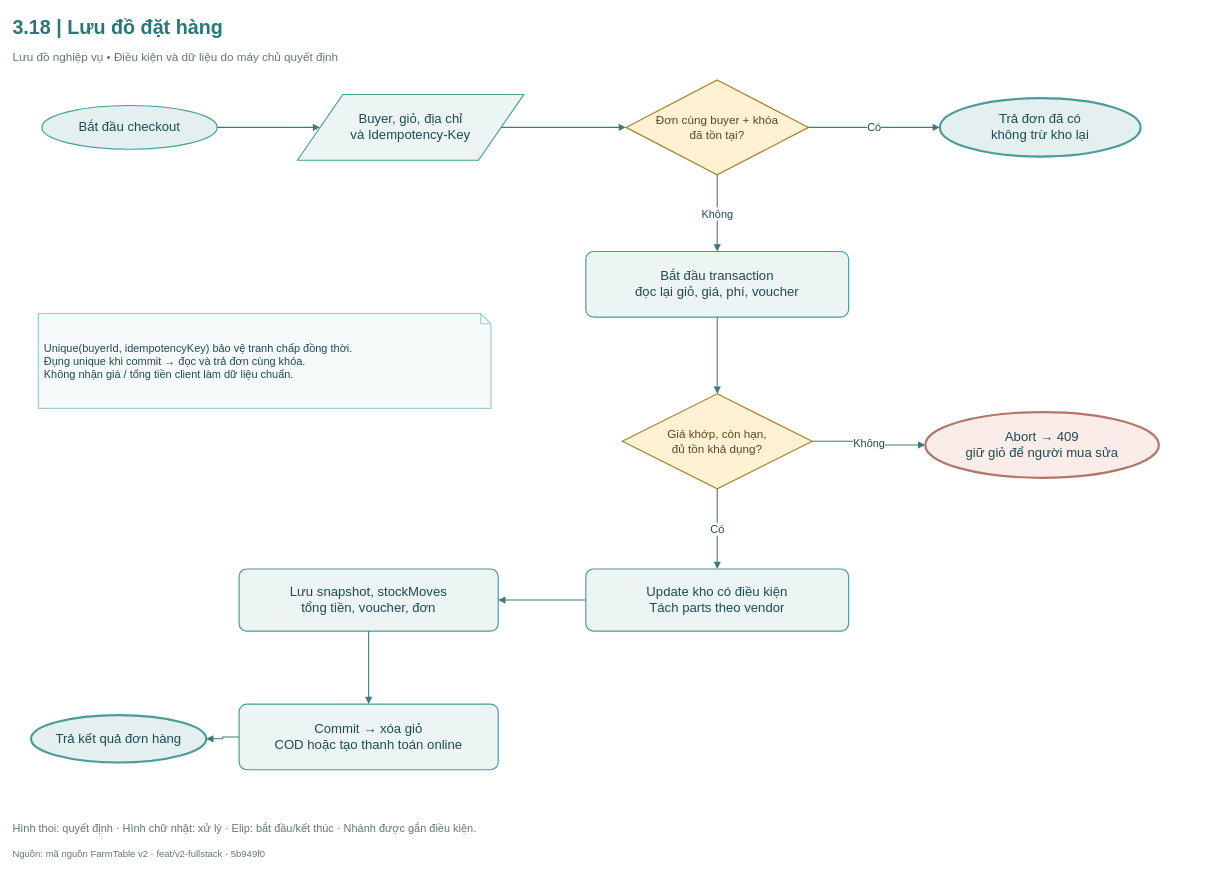
Above: FarmTable_Chuong3/So_do_BA/drawio/Hinh_3_18.drawio in hathu1272006-eng/PTWnangcao (draw.io), before the change. Source tidied: cells renumbered, new cells numbered last; positions are measured from the earlier drawing's top-left corner, leaving out a move shared by most shapes. Both pictures are drawn from the tidied source at 73%, with x=0, y=0 at pixel (12, 12).
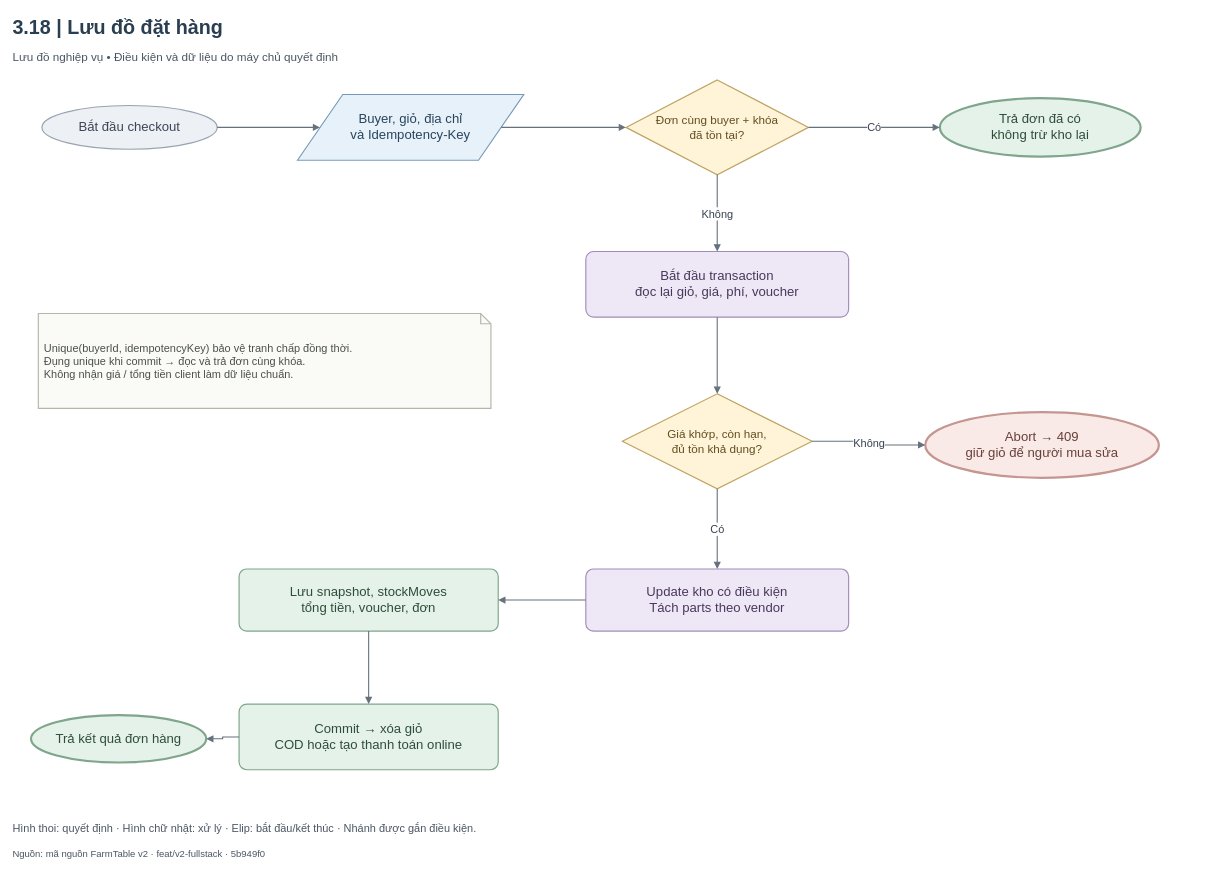
Above is the later version.

The edit, as a diff of the source:
```diff
@@
-    <mxCell id="2" value="3.18  |  Lưu đồ đặt hàng" style="html=1;whiteSpace=wrap;fontFamily=Arial;fontSize=18;strokeColor=#245C47;strokeWidth=1.6;fillColor=#FFFFFF;spacing=8;text;strokeColor=none;fillColor=none;align=left;verticalAlign=middle;fontSize=27;fontStyle=1;spacing=0;fontColor=#277879;" parent="1" vertex="1">
+    <mxCell id="2" value="3.18  |  Lưu đồ đặt hàng" style="html=1;whiteSpace=wrap;fontFamily=Arial;fontSize=18;strokeColor=#245C47;strokeWidth=1.6;fillColor=#FFFFFF;spacing=8;text;strokeColor=none;fillColor=none;align=left;verticalAlign=middle;fontSize=27;fontStyle=1;spacing=0;fontColor=#293E50;" parent="1" vertex="1">
       <mxGeometry width="1640" height="40" as="geometry" />
     </mxCell>
-    <mxCell id="3" value="Lưu đồ nghiệp vụ  •  Điều kiện và dữ liệu do máy chủ quyết định" style="html=1;whiteSpace=wrap;fontFamily=Arial;fontSize=18;fontColor=#243B32;strokeColor=#245C47;strokeWidth=1.6;fillColor=#FFFFFF;spacing=8;text;strokeColor=none;fillColor=none;align=left;verticalAlign=middle;fontSize=16;fontStyle=0;fontColor=#64776E;spacing=0;" parent="1" vertex="1">
+    <mxCell id="3" value="Lưu đồ nghiệp vụ  •  Điều kiện và dữ liệu do máy chủ quyết định" style="html=1;whiteSpace=wrap;fontFamily=Arial;fontSize=18;strokeColor=#245C47;strokeWidth=1.6;fillColor=#FFFFFF;spacing=8;text;strokeColor=none;fillColor=none;align=left;verticalAlign=middle;fontSize=16;fontStyle=0;spacing=0;fontColor=#4A5563;" parent="1" vertex="1">
       <mxGeometry y="47" width="1640" height="28" as="geometry" />
     </mxCell>
-    <mxCell id="4" value="Bắt đầu checkout" style="html=1;whiteSpace=wrap;fontFamily=Arial;fontSize=18;strokeWidth=1.6;spacing=8;ellipse;fillColor=#E4F0F0;strokeColor=#4A9B99;fontColor=#1F4B51;" parent="1" vertex="1">
+    <mxCell id="4" value="Bắt đầu checkout" style="html=1;whiteSpace=wrap;fontFamily=Arial;fontSize=18;strokeWidth=1.6;spacing=8;ellipse;fillColor=#EDF0F4;strokeColor=#98A3B1;fontColor=#3B4655;" parent="1" vertex="1">
       <mxGeometry x="40" y="127" width="240" height="60" as="geometry" />
     </mxCell>
-    <mxCell id="5" value="Buyer, giỏ, địa chỉ&lt;br/&gt;và Idempotency-Key" style="html=1;whiteSpace=wrap;fontFamily=Arial;fontSize=18;strokeWidth=1.6;spacing=8;shape=parallelogram;perimeter=parallelogramPerimeter;fillColor=#ECF5F4;strokeColor=#4A9B99;fontColor=#1F4B51;" parent="1" vertex="1">
+    <mxCell id="5" value="Buyer, giỏ, địa chỉ&lt;br/&gt;và Idempotency-Key" style="html=1;whiteSpace=wrap;fontFamily=Arial;fontSize=18;strokeWidth=1.6;spacing=8;shape=parallelogram;perimeter=parallelogramPerimeter;fillColor=#E7F1FA;strokeColor=#789AB8;fontColor=#29445A;" parent="1" vertex="1">
       <mxGeometry x="390" y="112" width="310" height="90" as="geometry" />
     </mxCell>
-    <mxCell id="6" value="Đơn cùng buyer + khóa&lt;br/&gt;đã tồn tại?" style="html=1;whiteSpace=wrap;fontFamily=Arial;fontSize=18;strokeWidth=1.6;spacing=8;rhombus;fontSize=16;spacing=3;fillColor=#FFF1D4;strokeColor=#AD812A;fontColor=#5F481B;" parent="1" vertex="1">
+    <mxCell id="6" value="Đơn cùng buyer + khóa&lt;br/&gt;đã tồn tại?" style="html=1;whiteSpace=wrap;fontFamily=Arial;fontSize=18;strokeWidth=1.6;spacing=8;rhombus;fontSize=16;spacing=3;fillColor=#FFF4D8;strokeColor=#BEA363;fontColor=#624E22;" parent="1" vertex="1">
       <mxGeometry x="840" y="92" width="250" height="130" as="geometry" />
     </mxCell>
-    <mxCell id="7" value="Trả đơn đã có&lt;br/&gt;không trừ kho lại" style="html=1;whiteSpace=wrap;fontFamily=Arial;fontSize=18;strokeWidth=1.6;spacing=8;ellipse;strokeWidth=3;fillColor=#E4F0F0;strokeColor=#4A9B99;fontColor=#1F4B51;" parent="1" vertex="1">
+    <mxCell id="7" value="Trả đơn đã có&lt;br/&gt;không trừ kho lại" style="html=1;whiteSpace=wrap;fontFamily=Arial;fontSize=18;strokeWidth=1.6;spacing=8;ellipse;strokeWidth=3;fillColor=#E4F2E9;strokeColor=#7FA58B;fontColor=#304D3A;" parent="1" vertex="1">
       <mxGeometry x="1270" y="117" width="275" height="80" as="geometry" />
     </mxCell>
-    <mxCell id="8" value="Bắt đầu transaction&lt;br/&gt;đọc lại giỏ, giá, phí, voucher" style="html=1;whiteSpace=wrap;fontFamily=Arial;fontSize=18;strokeWidth=1.6;spacing=8;rounded=1;arcSize=12;fillColor=#ECF5F4;strokeColor=#4A9B99;fontColor=#1F4B51;" parent="1" vertex="1">
+    <mxCell id="8" value="Bắt đầu transaction&lt;br/&gt;đọc lại giỏ, giá, phí, voucher" style="html=1;whiteSpace=wrap;fontFamily=Arial;fontSize=18;strokeWidth=1.6;spacing=8;rounded=1;arcSize=12;fillColor=#EEE8F6;strokeColor=#A28DB9;fontColor=#49385B;" parent="1" vertex="1">
       <mxGeometry x="785" y="327" width="360" height="90" as="geometry" />
     </mxCell>
-    <mxCell id="9" value="Giá khớp, còn hạn,&lt;br/&gt;đủ tồn khả dụng?" style="html=1;whiteSpace=wrap;fontFamily=Arial;fontSize=18;strokeWidth=1.6;spacing=8;rhombus;fontSize=16;spacing=3;fillColor=#FFF1D4;strokeColor=#AD812A;fontColor=#5F481B;" parent="1" vertex="1">
+    <mxCell id="9" value="Giá khớp, còn hạn,&lt;br/&gt;đủ tồn khả dụng?" style="html=1;whiteSpace=wrap;fontFamily=Arial;fontSize=18;strokeWidth=1.6;spacing=8;rhombus;fontSize=16;spacing=3;fillColor=#FFF4D8;strokeColor=#BEA363;fontColor=#624E22;" parent="1" vertex="1">
       <mxGeometry x="835" y="522" width="260" height="130" as="geometry" />
     </mxCell>
-    <mxCell id="10" value="Abort → 409&lt;br/&gt;giữ giỏ để người mua sửa" style="html=1;whiteSpace=wrap;fontFamily=Arial;fontSize=18;strokeWidth=1.6;spacing=8;ellipse;strokeWidth=3;fillColor=#FAECE8;strokeColor=#B5766A;fontColor=#1F4B51;" parent="1" vertex="1">
+    <mxCell id="10" value="Abort → 409&lt;br/&gt;giữ giỏ để người mua sửa" style="html=1;whiteSpace=wrap;fontFamily=Arial;fontSize=18;strokeWidth=1.6;spacing=8;ellipse;strokeWidth=3;fillColor=#F9E9E7;strokeColor=#C59590;fontColor=#67413C;" parent="1" vertex="1">
       <mxGeometry x="1250" y="547" width="320" height="90" as="geometry" />
     </mxCell>
-    <mxCell id="11" value="Update kho có điều kiện&lt;br/&gt;Tách parts theo vendor" style="html=1;whiteSpace=wrap;fontFamily=Arial;fontSize=18;strokeWidth=1.6;spacing=8;rounded=1;arcSize=12;fillColor=#ECF5F4;strokeColor=#4A9B99;fontColor=#1F4B51;" parent="1" vertex="1">
+    <mxCell id="11" value="Update kho có điều kiện&lt;br/&gt;Tách parts theo vendor" style="html=1;whiteSpace=wrap;fontFamily=Arial;fontSize=18;strokeWidth=1.6;spacing=8;rounded=1;arcSize=12;fillColor=#EEE8F6;strokeColor=#A28DB9;fontColor=#49385B;" parent="1" vertex="1">
       <mxGeometry x="785" y="762" width="360" height="85" as="geometry" />
     </mxCell>
-    <mxCell id="12" value="Lưu snapshot, stockMoves&lt;br/&gt;tổng tiền, voucher, đơn" style="html=1;whiteSpace=wrap;fontFamily=Arial;fontSize=18;strokeWidth=1.6;spacing=8;rounded=1;arcSize=12;fillColor=#ECF5F4;strokeColor=#4A9B99;fontColor=#1F4B51;" parent="1" vertex="1">
+    <mxCell id="12" value="Lưu snapshot, stockMoves&lt;br/&gt;tổng tiền, voucher, đơn" style="html=1;whiteSpace=wrap;fontFamily=Arial;fontSize=18;strokeWidth=1.6;spacing=8;rounded=1;arcSize=12;fillColor=#E4F2E9;strokeColor=#7FA58B;fontColor=#304D3A;" parent="1" vertex="1">
       <mxGeometry x="310" y="762" width="355" height="85" as="geometry" />
     </mxCell>
-    <mxCell id="13" value="Commit → xóa giỏ&lt;br/&gt;COD hoặc tạo thanh toán online" style="html=1;whiteSpace=wrap;fontFamily=Arial;fontSize=18;strokeWidth=1.6;spacing=8;rounded=1;arcSize=12;fillColor=#ECF5F4;strokeColor=#4A9B99;fontColor=#1F4B51;" parent="1" vertex="1">
+    <mxCell id="13" value="Commit → xóa giỏ&lt;br/&gt;COD hoặc tạo thanh toán online" style="html=1;whiteSpace=wrap;fontFamily=Arial;fontSize=18;strokeWidth=1.6;spacing=8;rounded=1;arcSize=12;fillColor=#E4F2E9;strokeColor=#7FA58B;fontColor=#304D3A;" parent="1" vertex="1">
       <mxGeometry x="310" y="947" width="355" height="90" as="geometry" />
     </mxCell>
-    <mxCell id="14" value="Trả kết quả đơn hàng" style="html=1;whiteSpace=wrap;fontFamily=Arial;fontSize=18;strokeWidth=1.6;spacing=8;ellipse;strokeWidth=3;fillColor=#E4F0F0;strokeColor=#4A9B99;fontColor=#1F4B51;" parent="1" vertex="1">
+    <mxCell id="14" value="Trả kết quả đơn hàng" style="html=1;whiteSpace=wrap;fontFamily=Arial;fontSize=18;strokeWidth=1.6;spacing=8;ellipse;strokeWidth=3;fillColor=#E4F2E9;strokeColor=#7FA58B;fontColor=#304D3A;" parent="1" vertex="1">
       <mxGeometry x="25" y="962" width="240" height="65" as="geometry" />
     </mxCell>
-    <mxCell id="15" style="edgeStyle=orthogonalEdgeStyle;rounded=0;jettySize=20;html=1;fontFamily=Arial;fontSize=15;labelBackgroundColor=#FFFFFF;strokeWidth=1.5;endArrow=block;endFill=1;exitX=1;exitY=0.5;entryX=0;entryY=0.5;exitDx=0;exitDy=0;entryDx=0;entryDy=0;strokeColor=#42787A;fontColor=#1F4B51;" parent="1" edge="1" source="4" target="5">
+    <mxCell id="15" style="edgeStyle=orthogonalEdgeStyle;rounded=0;jettySize=20;html=1;fontFamily=Arial;fontSize=15;labelBackgroundColor=#FFFFFF;strokeWidth=1.5;endArrow=block;endFill=1;exitX=1;exitY=0.5;entryX=0;entryY=0.5;exitDx=0;exitDy=0;entryDx=0;entryDy=0;strokeColor=#65717D;fontColor=#364152;" parent="1" edge="1" source="4" target="5">
       <mxGeometry relative="1" as="geometry" />
     </mxCell>
-    <mxCell id="16" style="edgeStyle=orthogonalEdgeStyle;rounded=0;jettySize=20;html=1;fontFamily=Arial;fontSize=15;labelBackgroundColor=#FFFFFF;strokeWidth=1.5;endArrow=block;endFill=1;exitX=1;exitY=0.5;entryX=0;entryY=0.5;exitDx=0;exitDy=0;entryDx=0;entryDy=0;strokeColor=#42787A;fontColor=#1F4B51;" parent="1" edge="1" source="5" target="6">
+    <mxCell id="16" style="edgeStyle=orthogonalEdgeStyle;rounded=0;jettySize=20;html=1;fontFamily=Arial;fontSize=15;labelBackgroundColor=#FFFFFF;strokeWidth=1.5;endArrow=block;endFill=1;exitX=1;exitY=0.5;entryX=0;entryY=0.5;exitDx=0;exitDy=0;entryDx=0;entryDy=0;strokeColor=#65717D;fontColor=#364152;" parent="1" edge="1" source="5" target="6">
       <mxGeometry relative="1" as="geometry" />
     </mxCell>
-    <mxCell id="17" value="Có" style="edgeStyle=orthogonalEdgeStyle;rounded=0;jettySize=20;html=1;fontFamily=Arial;fontSize=15;labelBackgroundColor=#FFFFFF;strokeWidth=1.5;endArrow=block;endFill=1;exitX=1;exitY=0.5;entryX=0;entryY=0.5;exitDx=0;exitDy=0;entryDx=0;entryDy=0;strokeColor=#42787A;fontColor=#1F4B51;" parent="1" edge="1" source="6" target="7">
+    <mxCell id="17" value="Có" style="edgeStyle=orthogonalEdgeStyle;rounded=0;jettySize=20;html=1;fontFamily=Arial;fontSize=15;labelBackgroundColor=#FFFFFF;strokeWidth=1.5;endArrow=block;endFill=1;exitX=1;exitY=0.5;entryX=0;entryY=0.5;exitDx=0;exitDy=0;entryDx=0;entryDy=0;strokeColor=#65717D;fontColor=#364152;" parent="1" edge="1" source="6" target="7">
       <mxGeometry relative="1" as="geometry" />
     </mxCell>
-    <mxCell id="18" value="Không" style="edgeStyle=orthogonalEdgeStyle;rounded=0;jettySize=20;html=1;fontFamily=Arial;fontSize=15;labelBackgroundColor=#FFFFFF;strokeWidth=1.5;endArrow=block;endFill=1;exitX=0.5;exitY=1;entryX=0.5;entryY=0;exitDx=0;exitDy=0;entryDx=0;entryDy=0;strokeColor=#42787A;fontColor=#1F4B51;" parent="1" edge="1" source="6" target="8">
+    <mxCell id="18" value="Không" style="edgeStyle=orthogonalEdgeStyle;rounded=0;jettySize=20;html=1;fontFamily=Arial;fontSize=15;labelBackgroundColor=#FFFFFF;strokeWidth=1.5;endArrow=block;endFill=1;exitX=0.5;exitY=1;entryX=0.5;entryY=0;exitDx=0;exitDy=0;entryDx=0;entryDy=0;strokeColor=#65717D;fontColor=#364152;" parent="1" edge="1" source="6" target="8">
       <mxGeometry relative="1" as="geometry" />
     </mxCell>
-    <mxCell id="19" style="edgeStyle=orthogonalEdgeStyle;rounded=0;jettySize=20;html=1;fontFamily=Arial;fontSize=15;labelBackgroundColor=#FFFFFF;strokeWidth=1.5;endArrow=block;endFill=1;exitX=0.5;exitY=1;entryX=0.5;entryY=0;exitDx=0;exitDy=0;entryDx=0;entryDy=0;strokeColor=#42787A;fontColor=#1F4B51;" parent="1" edge="1" source="8" target="9">
+    <mxCell id="19" style="edgeStyle=orthogonalEdgeStyle;rounded=0;jettySize=20;html=1;fontFamily=Arial;fontSize=15;labelBackgroundColor=#FFFFFF;strokeWidth=1.5;endArrow=block;endFill=1;exitX=0.5;exitY=1;entryX=0.5;entryY=0;exitDx=0;exitDy=0;entryDx=0;entryDy=0;strokeColor=#65717D;fontColor=#364152;" parent="1" edge="1" source="8" target="9">
       <mxGeometry relative="1" as="geometry" />
     </mxCell>
-    <mxCell id="20" value="Không" style="edgeStyle=orthogonalEdgeStyle;rounded=0;jettySize=20;html=1;fontFamily=Arial;fontSize=15;labelBackgroundColor=#FFFFFF;strokeWidth=1.5;endArrow=block;endFill=1;exitX=1;exitY=0.5;entryX=0;entryY=0.5;exitDx=0;exitDy=0;entryDx=0;entryDy=0;strokeColor=#42787A;fontColor=#1F4B51;" parent="1" edge="1" source="9" target="10">
+    <mxCell id="20" value="Không" style="edgeStyle=orthogonalEdgeStyle;rounded=0;jettySize=20;html=1;fontFamily=Arial;fontSize=15;labelBackgroundColor=#FFFFFF;strokeWidth=1.5;endArrow=block;endFill=1;exitX=1;exitY=0.5;entryX=0;entryY=0.5;exitDx=0;exitDy=0;entryDx=0;entryDy=0;strokeColor=#65717D;fontColor=#364152;" parent="1" edge="1" source="9" target="10">
       <mxGeometry relative="1" as="geometry" />
     </mxCell>
-    <mxCell id="21" value="Có" style="edgeStyle=orthogonalEdgeStyle;rounded=0;jettySize=20;html=1;fontFamily=Arial;fontSize=15;labelBackgroundColor=#FFFFFF;strokeWidth=1.5;endArrow=block;endFill=1;exitX=0.5;exitY=1;entryX=0.5;entryY=0;exitDx=0;exitDy=0;entryDx=0;entryDy=0;strokeColor=#42787A;fontColor=#1F4B51;" parent="1" edge="1" source="9" target="11">
+    <mxCell id="21" value="Có" style="edgeStyle=orthogonalEdgeStyle;rounded=0;jettySize=20;html=1;fontFamily=Arial;fontSize=15;labelBackgroundColor=#FFFFFF;strokeWidth=1.5;endArrow=block;endFill=1;exitX=0.5;exitY=1;entryX=0.5;entryY=0;exitDx=0;exitDy=0;entryDx=0;entryDy=0;strokeColor=#65717D;fontColor=#364152;" parent="1" edge="1" source="9" target="11">
       <mxGeometry relative="1" as="geometry" />
     </mxCell>
-    <mxCell id="22" style="edgeStyle=orthogonalEdgeStyle;rounded=0;jettySize=20;html=1;fontFamily=Arial;fontSize=15;labelBackgroundColor=#FFFFFF;strokeWidth=1.5;endArrow=block;endFill=1;exitX=0;exitY=0.5;entryX=1;entryY=0.5;exitDx=0;exitDy=0;entryDx=0;entryDy=0;strokeColor=#42787A;fontColor=#1F4B51;" parent="1" edge="1" source="11" target="12">
+    <mxCell id="22" style="edgeStyle=orthogonalEdgeStyle;rounded=0;jettySize=20;html=1;fontFamily=Arial;fontSize=15;labelBackgroundColor=#FFFFFF;strokeWidth=1.5;endArrow=block;endFill=1;exitX=0;exitY=0.5;entryX=1;entryY=0.5;exitDx=0;exitDy=0;entryDx=0;entryDy=0;strokeColor=#65717D;fontColor=#364152;" parent="1" edge="1" source="11" target="12">
       <mxGeometry relative="1" as="geometry" />
     </mxCell>
-    <mxCell id="23" style="edgeStyle=orthogonalEdgeStyle;rounded=0;jettySize=20;html=1;fontFamily=Arial;fontSize=15;labelBackgroundColor=#FFFFFF;strokeWidth=1.5;endArrow=block;endFill=1;exitX=0.5;exitY=1;entryX=0.5;entryY=0;exitDx=0;exitDy=0;entryDx=0;entryDy=0;strokeColor=#42787A;fontColor=#1F4B51;" parent="1" edge="1" source="12" target="13">
+    <mxCell id="23" style="edgeStyle=orthogonalEdgeStyle;rounded=0;jettySize=20;html=1;fontFamily=Arial;fontSize=15;labelBackgroundColor=#FFFFFF;strokeWidth=1.5;endArrow=block;endFill=1;exitX=0.5;exitY=1;entryX=0.5;entryY=0;exitDx=0;exitDy=0;entryDx=0;entryDy=0;strokeColor=#65717D;fontColor=#364152;" parent="1" edge="1" source="12" target="13">
       <mxGeometry relative="1" as="geometry" />
     </mxCell>
-    <mxCell id="24" style="edgeStyle=orthogonalEdgeStyle;rounded=0;jettySize=20;html=1;fontFamily=Arial;fontSize=15;labelBackgroundColor=#FFFFFF;strokeWidth=1.5;endArrow=block;endFill=1;exitX=0;exitY=0.5;entryX=1;entryY=0.5;exitDx=0;exitDy=0;entryDx=0;entryDy=0;strokeColor=#42787A;fontColor=#1F4B51;" parent="1" edge="1" source="13" target="14">
+    <mxCell id="24" style="edgeStyle=orthogonalEdgeStyle;rounded=0;jettySize=20;html=1;fontFamily=Arial;fontSize=15;labelBackgroundColor=#FFFFFF;strokeWidth=1.5;endArrow=block;endFill=1;exitX=0;exitY=0.5;entryX=1;entryY=0.5;exitDx=0;exitDy=0;entryDx=0;entryDy=0;strokeColor=#65717D;fontColor=#364152;" parent="1" edge="1" source="13" target="14">
       <mxGeometry relative="1" as="geometry" />
     </mxCell>
-    <mxCell id="25" value="Unique(buyerId, idempotencyKey) bảo vệ tranh chấp đồng thời.&lt;br/&gt;Đụng unique khi commit → đọc và trả đơn cùng khóa.&lt;br/&gt;Không nhận giá / tổng tiền client làm dữ liệu chuẩn." style="html=1;whiteSpace=wrap;fontFamily=Arial;fontSize=18;strokeWidth=1.6;spacing=8;shape=note;size=14;align=left;fontSize=15;fillColor=#F7FAFA;strokeColor=#A0CBC9;fontColor=#1F4B51;" parent="1" vertex="1">
+    <mxCell id="25" value="Unique(buyerId, idempotencyKey) bảo vệ tranh chấp đồng thời.&lt;br/&gt;Đụng unique khi commit → đọc và trả đơn cùng khóa.&lt;br/&gt;Không nhận giá / tổng tiền client làm dữ liệu chuẩn." style="html=1;whiteSpace=wrap;fontFamily=Arial;fontSize=18;strokeWidth=1.6;spacing=8;shape=note;size=14;align=left;fontSize=15;fillColor=#FAFAF7;strokeColor=#B5B7AB;fontColor=#4B5049;" parent="1" vertex="1">
       <mxGeometry x="35" y="412" width="620" height="130" as="geometry" />
     </mxCell>
-    <mxCell id="26" value="Hình thoi: quyết định · Hình chữ nhật: xử lý · Elip: bắt đầu/kết thúc · Nhánh được gắn điều kiện." style="html=1;whiteSpace=wrap;fontFamily=Arial;fontSize=18;fontColor=#243B32;strokeColor=#245C47;strokeWidth=1.6;fillColor=#FFFFFF;spacing=8;text;strokeColor=none;fillColor=none;align=left;verticalAlign=middle;fontSize=15;fontStyle=0;fontColor=#64776E;spacing=0;" parent="1" vertex="1">
+    <mxCell id="26" value="Hình thoi: quyết định · Hình chữ nhật: xử lý · Elip: bắt đầu/kết thúc · Nhánh được gắn điều kiện." style="html=1;whiteSpace=wrap;fontFamily=Arial;fontSize=18;strokeColor=#245C47;strokeWidth=1.6;fillColor=#FFFFFF;spacing=8;text;strokeColor=none;fillColor=none;align=left;verticalAlign=middle;fontSize=15;fontStyle=0;spacing=0;fontColor=#4A5563;" parent="1" vertex="1">
       <mxGeometry y="1099" width="1640" height="35" as="geometry" />
     </mxCell>
-    <mxCell id="27" value="Nguồn: mã nguồn FarmTable v2 · feat/v2-fullstack · 5b949f0" style="html=1;whiteSpace=wrap;fontFamily=Arial;fontSize=18;fontColor=#243B32;strokeColor=#245C47;strokeWidth=1.6;fillColor=#FFFFFF;spacing=8;text;strokeColor=none;fillColor=none;align=left;verticalAlign=middle;fontSize=13;fontStyle=0;fontColor=#64776E;spacing=0;" parent="1" vertex="1">
+    <mxCell id="27" value="Nguồn: mã nguồn FarmTable v2 · feat/v2-fullstack · 5b949f0" style="html=1;whiteSpace=wrap;fontFamily=Arial;fontSize=18;strokeColor=#245C47;strokeWidth=1.6;fillColor=#FFFFFF;spacing=8;text;strokeColor=none;fillColor=none;align=left;verticalAlign=middle;fontSize=13;fontStyle=0;spacing=0;fontColor=#4A5563;" parent="1" vertex="1">
       <mxGeometry y="1140" width="1640" height="24" as="geometry" />
     </mxCell>
```
